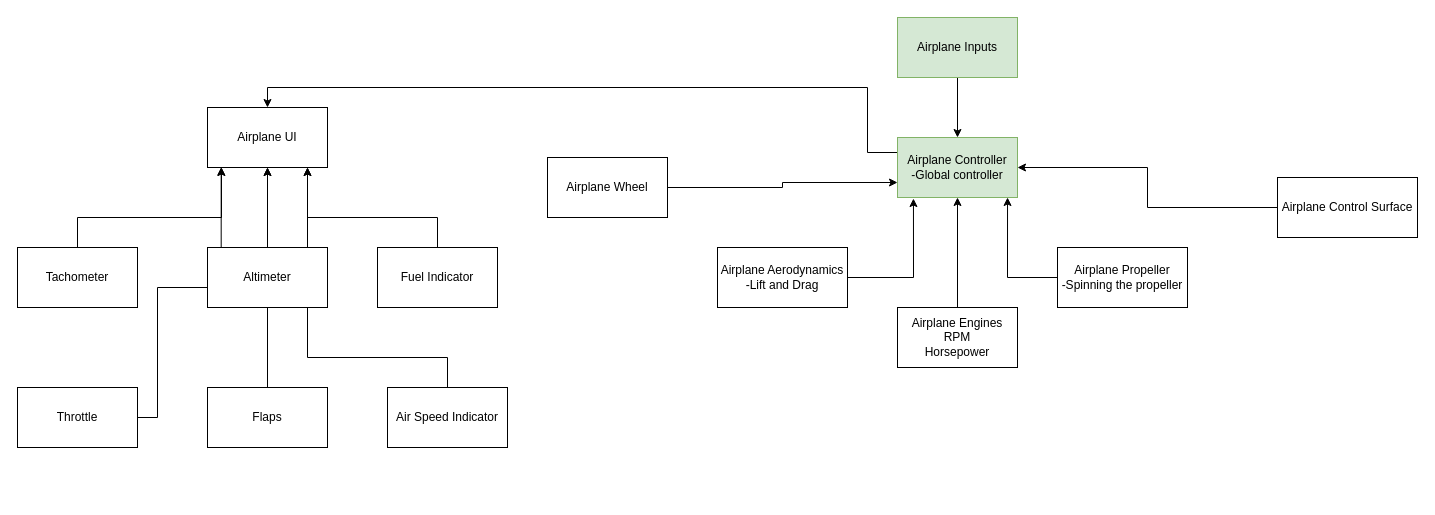
The draw.io diagram Airplane Physics.drawio in sydney06/Draw.io, before the edit. Source tidied: cells renumbered, new cells numbered last; positions are measured from the earlier drawing's top-left corner, leaving out a move shared by most shapes. Both pictures are drawn from the tidied source at 100%, with x=0, y=0 at pixel (17, 17).
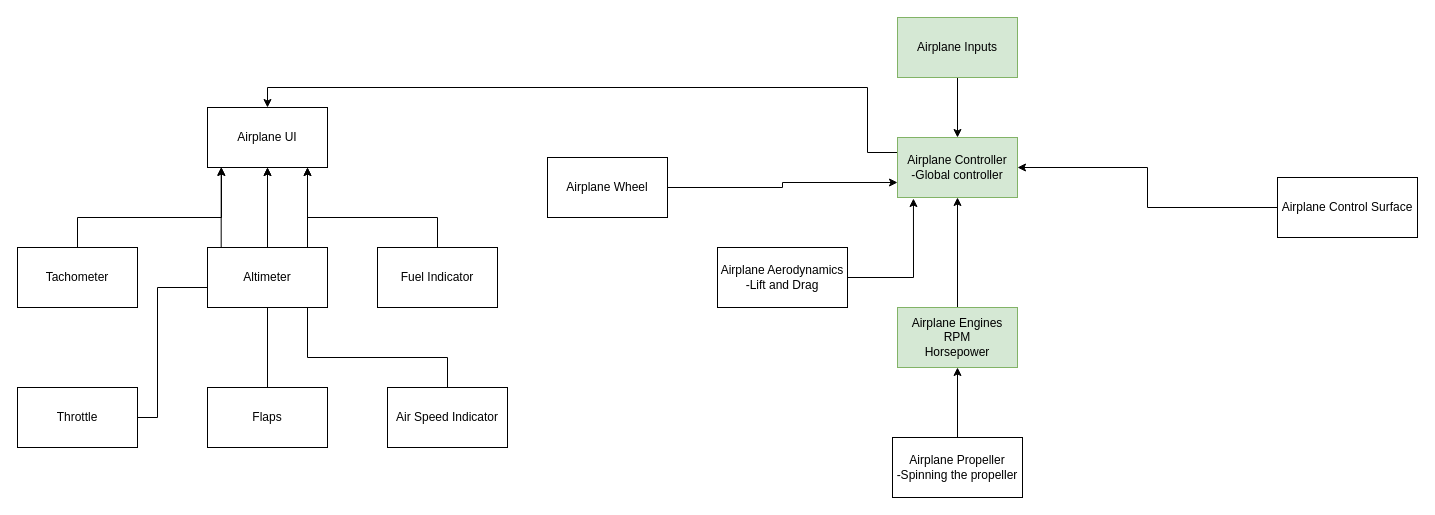
Above is the later version.

Unchanged cells that the change refers to:
```xml
<mxCell id="5" value="Airplane Controller&lt;br&gt;-Global controller" style="rounded=0;whiteSpace=wrap;html=1;fillColor=#d5e8d4;strokeColor=#82b366;" parent="1" vertex="1">
  <mxGeometry x="880" y="120" width="120" height="60" as="geometry" />
</mxCell>
```

Change to the diagram source:
```diff
@@
-    <mxCell id="9" value="Airplane Engines&lt;br&gt;RPM&lt;br&gt;Horsepower" style="rounded=0;whiteSpace=wrap;html=1;" parent="1" vertex="1">
+    <mxCell id="9" value="Airplane Engines&lt;br&gt;RPM&lt;br&gt;Horsepower" style="rounded=0;whiteSpace=wrap;html=1;fillColor=#d5e8d4;strokeColor=#82b366;" parent="1" vertex="1">
       <mxGeometry x="880" y="290" width="120" height="60" as="geometry" />
     </mxCell>
-    <mxCell id="10" style="edgeStyle=orthogonalEdgeStyle;rounded=0;jettySize=auto;html=1;entryX=0.917;entryY=1;entryDx=0;entryDy=0;entryPerimeter=0;" parent="1" edge="1" source="11" target="5">
-      <mxGeometry relative="1" as="geometry" />
+    <mxCell id="10" style="edgeStyle=orthogonalEdgeStyle;rounded=0;jettySize=auto;html=1;" parent="1" edge="1" source="11">
+      <mxGeometry relative="1" as="geometry">
+        <mxPoint x="940" y="350" as="targetPoint" />
+      </mxGeometry>
     </mxCell>
     <mxCell id="11" value="Airplane Propeller&lt;br&gt;-Spinning the propeller" style="rounded=0;whiteSpace=wrap;html=1;" parent="1" vertex="1">
-      <mxGeometry x="1040" y="230" width="130" height="60" as="geometry" />
+      <mxGeometry x="875" y="420" width="130" height="60" as="geometry" />
     </mxCell>
```
